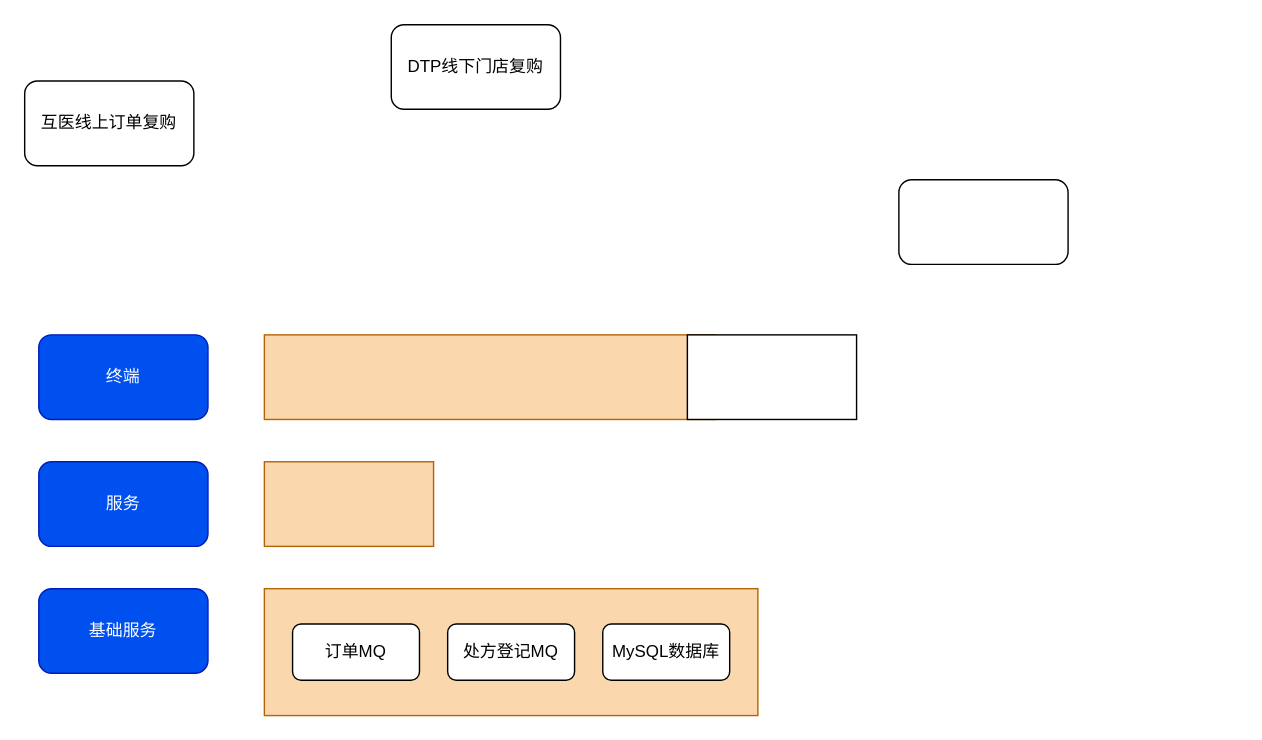
This is 未命名绘图.drawio from RockyLOMO/rxsvc, a draw.io file, before an edit. Source tidied: cells renumbered, new cells numbered last; positions are measured from the earlier drawing's top-left corner, leaving out a move shared by most shapes. Both pictures are drawn from the tidied source at 141%, with x=0, y=0 at pixel (24, 24).
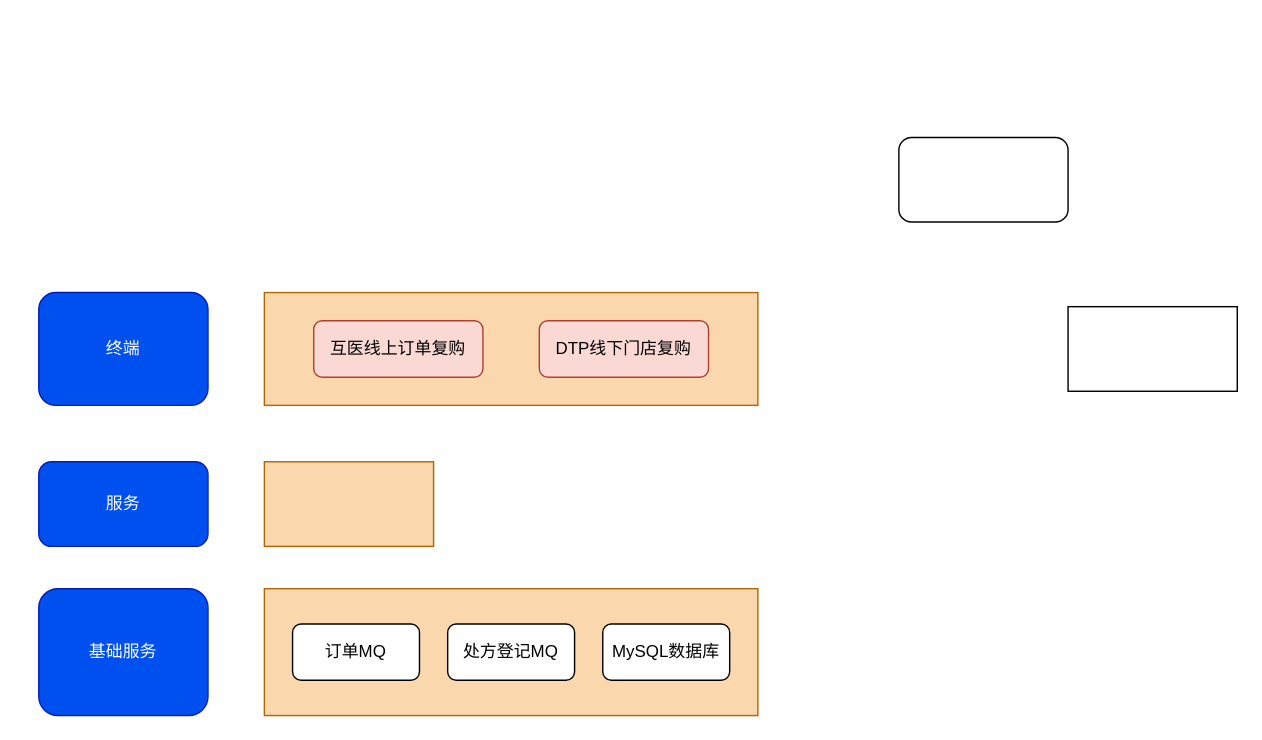
Above is the later version.

Commit message (it also covers changes not shown here):
更新未命名绘图.drawio

Change to the diagram source:
```diff
@@
 <mxGraphModel>
   <root>
     <mxCell id="0" />
     <mxCell id="1" parent="0" />
     <mxCell id="2" value="终端" style="rounded=1;whiteSpace=wrap;html=1;fillColor=#0050ef;fontColor=#ffffff;strokeColor=#001DBC;" parent="1" vertex="1">
-      <mxGeometry x="10" y="220" width="120" height="60" as="geometry" />
+      <mxGeometry x="10" y="190" width="120" height="80" as="geometry" />
     </mxCell>
     <mxCell id="3" value="基础服务" style="rounded=1;whiteSpace=wrap;html=1;fillColor=#0050ef;fontColor=#ffffff;strokeColor=#001DBC;" parent="1" vertex="1">
-      <mxGeometry x="10" y="400" width="120" height="60" as="geometry" />
+      <mxGeometry x="10" y="400" width="120" height="90" as="geometry" />
     </mxCell>
     <mxCell id="4" value="服务" style="rounded=1;whiteSpace=wrap;html=1;fillColor=#0050ef;fontColor=#ffffff;strokeColor=#001DBC;" parent="1" vertex="1">
       <mxGeometry x="10" y="310" width="120" height="60" as="geometry" />
     </mxCell>
     <mxCell id="5" style="rounded=0;whiteSpace=wrap;html=1;fillColor=#fad7ac;strokeColor=#b46504;" parent="1" vertex="1">
-      <mxGeometry x="170" y="220" width="320" height="60" as="geometry" />
+      <mxGeometry x="170" y="190" width="350" height="80" as="geometry" />
     </mxCell>
     <mxCell id="6" style="rounded=0;whiteSpace=wrap;html=1;fillColor=#fad7ac;strokeColor=#b46504;" parent="1" vertex="1">
       <mxGeometry x="170" y="310" width="120" height="60" as="geometry" />
     </mxCell>
     <mxCell id="7" style="rounded=0;whiteSpace=wrap;html=1;fillColor=#fad7ac;strokeColor=#b46504;" parent="1" vertex="1">
       <mxGeometry x="170" y="400" width="350" height="90" as="geometry" />
     </mxCell>
-    <mxCell id="8" value="互医线上订单复购" style="rounded=1;whiteSpace=wrap;html=1;" parent="1" vertex="1">
-      <mxGeometry y="40" width="120" height="60" as="geometry" />
+    <mxCell id="8" value="互医线上订单复购" style="rounded=1;whiteSpace=wrap;html=1;fillColor=#fad9d5;strokeColor=#ae4132;" parent="1" vertex="1">
+      <mxGeometry x="205" y="210" width="120" height="40" as="geometry" />
     </mxCell>
-    <mxCell id="9" value="DTP线下门店复购" style="rounded=1;whiteSpace=wrap;html=1;" parent="1" vertex="1">
-      <mxGeometry x="260" width="120" height="60" as="geometry" />
+    <mxCell id="9" value="DTP线下门店复购" style="rounded=1;whiteSpace=wrap;html=1;fillColor=#fad9d5;strokeColor=#ae4132;" parent="1" vertex="1">
+      <mxGeometry x="365" y="210" width="120" height="40" as="geometry" />
     </mxCell>
     <mxCell id="10" style="rounded=1;whiteSpace=wrap;html=1;" parent="1" vertex="1">
-      <mxGeometry x="620" y="110" width="120" height="60" as="geometry" />
+      <mxGeometry x="620" y="80" width="120" height="60" as="geometry" />
     </mxCell>
     <mxCell id="11" style="rounded=0;whiteSpace=wrap;html=1;" parent="1" vertex="1">
-      <mxGeometry x="470" y="220" width="120" height="60" as="geometry" />
+      <mxGeometry x="740" y="200" width="120" height="60" as="geometry" />
     </mxCell>
     <mxCell id="12" value="订单MQ" style="rounded=1;whiteSpace=wrap;html=1;" parent="1" vertex="1">
       <mxGeometry x="190" y="425" width="90" height="40" as="geometry" />
     </mxCell>
     <mxCell id="13" value="处方登记MQ" style="rounded=1;whiteSpace=wrap;html=1;" parent="1" vertex="1">
       <mxGeometry x="300" y="425" width="90" height="40" as="geometry" />
     </mxCell>
     <mxCell id="14" value="MySQL数据库" style="rounded=1;whiteSpace=wrap;html=1;" parent="1" vertex="1">
       <mxGeometry x="410" y="425" width="90" height="40" as="geometry" />
     </mxCell>
   </root>
 </mxGraphModel>
```
